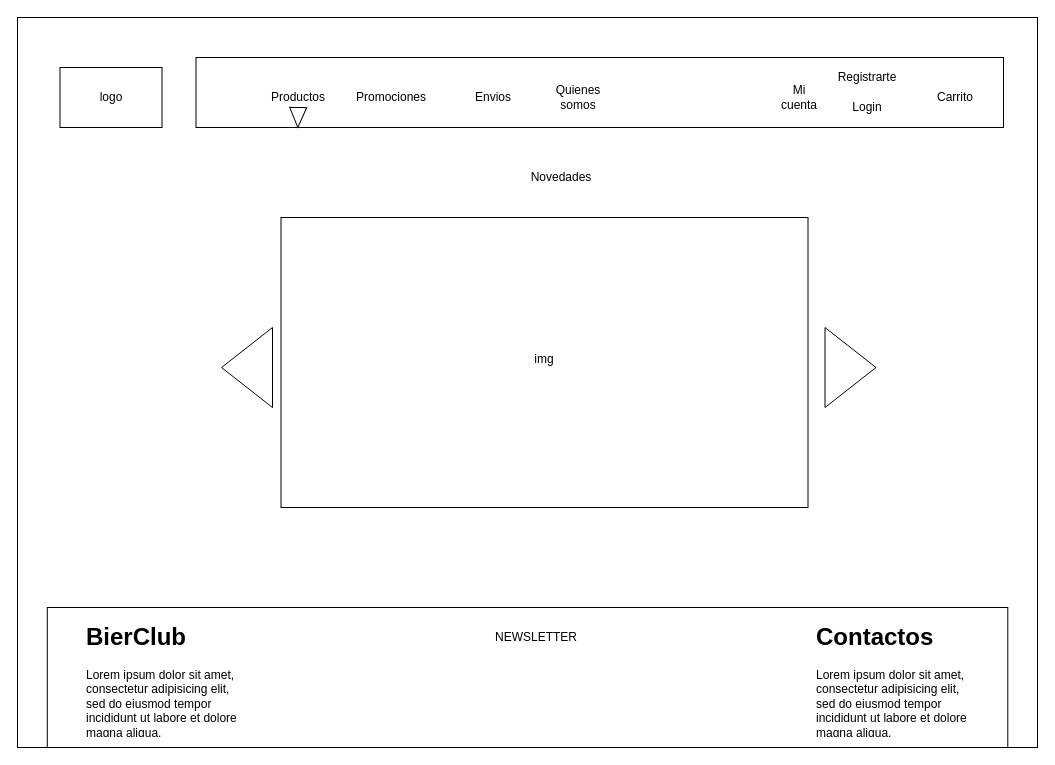
Above: page "Page-1" (1 of 3) of Bocetos/Bocetos-de-Home/Home-1024.drawio in Evaristodantur/BierClub (draw.io), before the change. Source tidied: cells renumbered, new cells numbered last; positions are measured from the earlier drawing's top-left corner, leaving out a move shared by most shapes. Both pictures are drawn from the tidied source at 100%, with x=0, y=0 at pixel (17, 17).
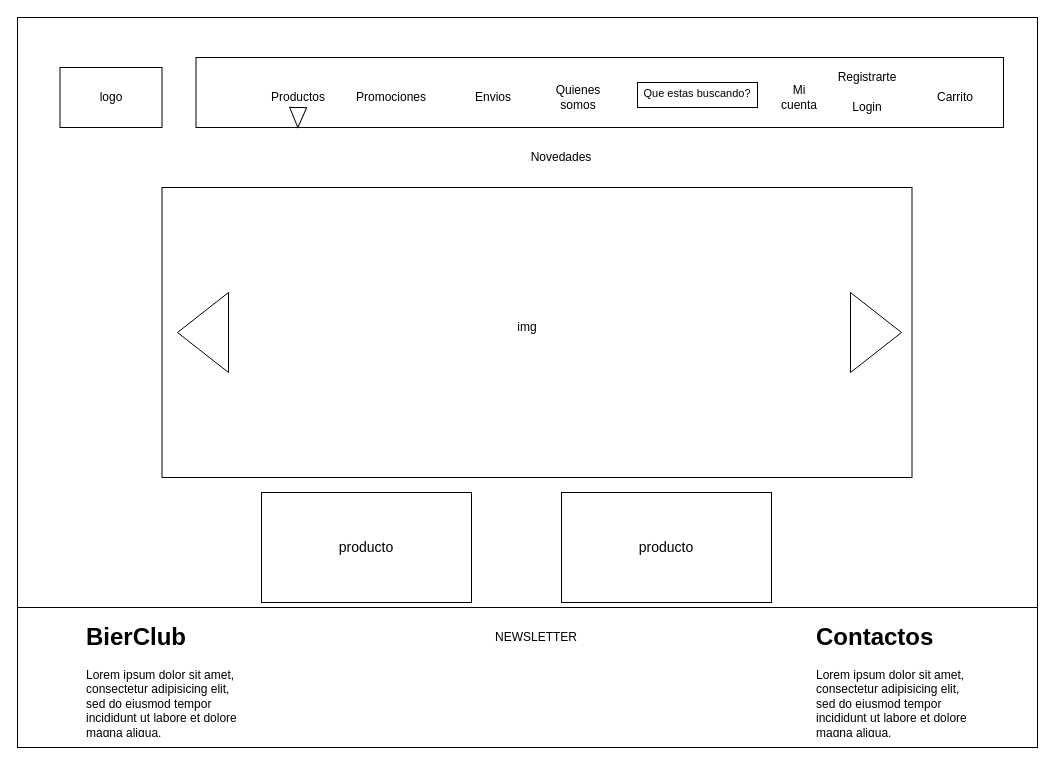
After the change.

The change refers to these unchanged cells:
```xml
<mxCell id="2" style="group;" parent="1" vertex="1">
  <mxGeometry width="1020" height="730" as="geometry" />
</mxCell>
```

The edit, as a diff of the source:
```diff
@@
     <mxCell id="14" value="Novedades" style="text;html=1;strokeColor=none;fillColor=none;align=center;verticalAlign=middle;whiteSpace=wrap;rounded=0;" parent="2" vertex="1">
-      <mxGeometry x="527" y="150" width="34" height="20" as="geometry" />
+      <mxGeometry x="527" y="130" width="34" height="20" as="geometry" />
     </mxCell>
     <mxCell id="15" style="rounded=0;whiteSpace=wrap;html=1;" parent="2" vertex="1">
-      <mxGeometry x="263.5" y="200" width="527" height="290" as="geometry" />
+      <mxGeometry x="144.5" y="170" width="750" height="290" as="geometry" />
     </mxCell>
     <mxCell id="16" value="img" style="text;html=1;strokeColor=none;fillColor=none;align=center;verticalAlign=middle;whiteSpace=wrap;rounded=0;" parent="2" vertex="1">
-      <mxGeometry x="510" y="332" width="34" height="20" as="geometry" />
+      <mxGeometry x="493" y="300" width="34" height="20" as="geometry" />
     </mxCell>
     <mxCell id="17" style="rounded=0;whiteSpace=wrap;html=1;" parent="2" vertex="1">
-      <mxGeometry x="29.8" y="590" width="960.5" height="140" as="geometry" />
+      <mxGeometry y="590" width="1020" height="140" as="geometry" />
     </mxCell>
@@
     <mxCell id="22" style="triangle;whiteSpace=wrap;html=1;" parent="2" vertex="1">
-      <mxGeometry x="807.5" y="310" width="51" height="80" as="geometry" />
+      <mxGeometry x="833" y="275" width="51" height="80" as="geometry" />
     </mxCell>
     <mxCell id="23" style="triangle;whiteSpace=wrap;html=1;rotation=-180;" parent="2" vertex="1">
-      <mxGeometry x="204" y="310" width="51" height="80" as="geometry" />
+      <mxGeometry x="160" y="275" width="51" height="80" as="geometry" />
     </mxCell>
@@
+    <mxCell id="25" style="rounded=0;whiteSpace=wrap;html=1;fontSize=14;" parent="2" vertex="1">
+      <mxGeometry x="244" y="475" width="210" height="110" as="geometry" />
+    </mxCell>
+    <mxCell id="26" value="producto" style="text;html=1;strokeColor=none;fillColor=none;align=center;verticalAlign=middle;whiteSpace=wrap;rounded=0;fontSize=14;" parent="2" vertex="1">
+      <mxGeometry x="329" y="520" width="40" height="20" as="geometry" />
+    </mxCell>
+    <mxCell id="27" style="rounded=0;whiteSpace=wrap;html=1;fontSize=14;" parent="2" vertex="1">
+      <mxGeometry x="544" y="475" width="210" height="110" as="geometry" />
+    </mxCell>
+    <mxCell id="28" value="producto" style="text;html=1;strokeColor=none;fillColor=none;align=center;verticalAlign=middle;whiteSpace=wrap;rounded=0;fontSize=14;" parent="2" vertex="1">
+      <mxGeometry x="629" y="520" width="40" height="20" as="geometry" />
+    </mxCell>
+    <mxCell id="29" style="rounded=0;whiteSpace=wrap;html=1;fontSize=14;" parent="2" vertex="1">
+      <mxGeometry x="620" y="65" width="120" height="25" as="geometry" />
+    </mxCell>
+    <mxCell id="30" value="&lt;font style=&quot;font-size: 11px&quot;&gt;Que estas buscando?&lt;/font&gt;" style="text;html=1;strokeColor=none;fillColor=none;align=center;verticalAlign=middle;whiteSpace=wrap;rounded=0;fontSize=14;" parent="2" vertex="1">
+      <mxGeometry x="600" y="65" width="160" height="20" as="geometry" />
+    </mxCell>
```
